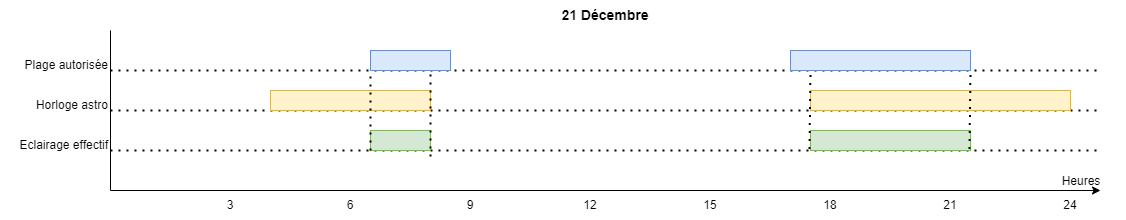
This is res/eclairage_public-21-dec.drawio.png from sosandroid/EclairagePublic, a draw.io export, as it was before one commit. Source tidied: cells renumbered, new cells last; positions are measured from the earlier drawing's top-left corner, leaving out a move shared by most shapes. The source it was exported from:
```xml
<mxGraphModel>
  <root>
    <mxCell id="0" />
    <mxCell id="1" parent="0" />
    <mxCell id="2" style="endArrow=none;html=1;rounded=0;" parent="1" edge="1">
      <mxGeometry relative="1" as="geometry">
        <mxPoint x="110" y="190" as="sourcePoint" />
        <mxPoint x="110" y="30" as="targetPoint" />
      </mxGeometry>
    </mxCell>
    <mxCell id="3" style="endArrow=classic;html=1;rounded=0;endFill=1;" parent="1" edge="1">
      <mxGeometry relative="1" as="geometry">
        <mxPoint x="110" y="190" as="sourcePoint" />
        <mxPoint x="1100" y="190" as="targetPoint" />
      </mxGeometry>
    </mxCell>
    <mxCell id="4" value="3" style="text;html=1;align=center;verticalAlign=middle;whiteSpace=wrap;rounded=0;" parent="1" vertex="1">
      <mxGeometry x="220" y="190" width="20" height="30" as="geometry" />
    </mxCell>
    <mxCell id="5" value="6" style="text;html=1;align=center;verticalAlign=middle;whiteSpace=wrap;rounded=0;" parent="1" vertex="1">
      <mxGeometry x="340" y="190" width="20" height="30" as="geometry" />
    </mxCell>
    <mxCell id="6" value="9" style="text;html=1;align=center;verticalAlign=middle;whiteSpace=wrap;rounded=0;" parent="1" vertex="1">
      <mxGeometry x="460" y="190" width="20" height="30" as="geometry" />
    </mxCell>
    <mxCell id="7" value="12" style="text;html=1;align=center;verticalAlign=middle;whiteSpace=wrap;rounded=0;" parent="1" vertex="1">
      <mxGeometry x="580" y="190" width="20" height="30" as="geometry" />
    </mxCell>
    <mxCell id="8" value="15" style="text;html=1;align=center;verticalAlign=middle;whiteSpace=wrap;rounded=0;" parent="1" vertex="1">
      <mxGeometry x="700" y="190" width="20" height="30" as="geometry" />
    </mxCell>
    <mxCell id="9" value="18" style="text;html=1;align=center;verticalAlign=middle;whiteSpace=wrap;rounded=0;" parent="1" vertex="1">
      <mxGeometry x="820" y="190" width="20" height="30" as="geometry" />
    </mxCell>
    <mxCell id="10" value="21" style="text;html=1;align=center;verticalAlign=middle;whiteSpace=wrap;rounded=0;" parent="1" vertex="1">
      <mxGeometry x="940" y="190" width="20" height="30" as="geometry" />
    </mxCell>
    <mxCell id="11" value="24" style="text;html=1;align=center;verticalAlign=middle;whiteSpace=wrap;rounded=0;" parent="1" vertex="1">
      <mxGeometry x="1060" y="190" width="20" height="30" as="geometry" />
    </mxCell>
    <mxCell id="12" style="endArrow=none;dashed=1;html=1;dashPattern=1 3;strokeWidth=2;rounded=0;" parent="1" edge="1">
      <mxGeometry relative="1" as="geometry">
        <mxPoint x="110" y="70" as="sourcePoint" />
        <mxPoint x="1100" y="70" as="targetPoint" />
      </mxGeometry>
    </mxCell>
    <mxCell id="13" style="endArrow=none;dashed=1;html=1;dashPattern=1 3;strokeWidth=2;rounded=0;" parent="1" edge="1">
      <mxGeometry relative="1" as="geometry">
        <mxPoint x="110" y="110" as="sourcePoint" />
        <mxPoint x="1100" y="110" as="targetPoint" />
      </mxGeometry>
    </mxCell>
    <mxCell id="14" style="endArrow=none;dashed=1;html=1;dashPattern=1 3;strokeWidth=2;rounded=0;" parent="1" edge="1">
      <mxGeometry relative="1" as="geometry">
        <mxPoint x="110" y="150" as="sourcePoint" />
        <mxPoint x="1100" y="150" as="targetPoint" />
      </mxGeometry>
    </mxCell>
    <mxCell id="15" style="rounded=0;whiteSpace=wrap;html=1;fillColor=#dae8fc;strokeColor=#6c8ebf;" parent="1" vertex="1">
      <mxGeometry x="370" y="50" width="80" height="20" as="geometry" />
    </mxCell>
    <mxCell id="16" style="rounded=0;whiteSpace=wrap;html=1;fillColor=#dae8fc;strokeColor=#6c8ebf;" parent="1" vertex="1">
      <mxGeometry x="790" y="50" width="180" height="20" as="geometry" />
    </mxCell>
    <mxCell id="17" style="rounded=0;whiteSpace=wrap;html=1;fillColor=#fff2cc;strokeColor=#d6b656;" parent="1" vertex="1">
      <mxGeometry x="270" y="90" width="160" height="20" as="geometry" />
    </mxCell>
    <mxCell id="18" style="rounded=0;whiteSpace=wrap;html=1;fillColor=#fff2cc;strokeColor=#d6b656;" parent="1" vertex="1">
      <mxGeometry x="810" y="90" width="260" height="20" as="geometry" />
    </mxCell>
    <mxCell id="19" style="rounded=0;whiteSpace=wrap;html=1;fillColor=#d5e8d4;strokeColor=#82b366;" parent="1" vertex="1">
      <mxGeometry x="370" y="130" width="60" height="20" as="geometry" />
    </mxCell>
    <mxCell id="20" style="rounded=0;whiteSpace=wrap;html=1;fillColor=#d5e8d4;strokeColor=#82b366;" parent="1" vertex="1">
      <mxGeometry x="810" y="130" width="160" height="20" as="geometry" />
    </mxCell>
    <mxCell id="21" value="Plage autorisée" style="text;html=1;align=right;verticalAlign=middle;whiteSpace=wrap;rounded=0;" parent="1" vertex="1">
      <mxGeometry x="20" y="50" width="90" height="30" as="geometry" />
    </mxCell>
    <mxCell id="22" value="Heures" style="text;html=1;align=center;verticalAlign=middle;whiteSpace=wrap;rounded=0;" parent="1" vertex="1">
      <mxGeometry x="1036" y="166" width="90" height="30" as="geometry" />
    </mxCell>
    <mxCell id="23" value="Horloge astro" style="text;html=1;align=right;verticalAlign=middle;whiteSpace=wrap;rounded=0;" parent="1" vertex="1">
      <mxGeometry x="20" y="90" width="90" height="30" as="geometry" />
    </mxCell>
    <mxCell id="24" value="Eclairage effectif" style="text;html=1;align=right;verticalAlign=middle;whiteSpace=wrap;rounded=0;" parent="1" vertex="1">
      <mxGeometry y="130" width="110" height="30" as="geometry" />
    </mxCell>
    <mxCell id="25" style="endArrow=none;dashed=1;html=1;dashPattern=1 3;strokeWidth=2;rounded=0;" parent="1" edge="1">
      <mxGeometry relative="1" as="geometry">
        <mxPoint x="370" y="150" as="sourcePoint" />
        <mxPoint x="370" y="70" as="targetPoint" />
      </mxGeometry>
    </mxCell>
    <mxCell id="26" style="endArrow=none;dashed=1;html=1;dashPattern=1 3;strokeWidth=2;rounded=0;" parent="1" edge="1">
      <mxGeometry relative="1" as="geometry">
        <mxPoint x="430" y="156" as="sourcePoint" />
        <mxPoint x="430" y="69" as="targetPoint" />
      </mxGeometry>
    </mxCell>
    <mxCell id="27" style="endArrow=none;dashed=1;html=1;dashPattern=1 3;strokeWidth=2;rounded=0;" parent="1" edge="1">
      <mxGeometry relative="1" as="geometry">
        <mxPoint x="809" y="148.5" as="sourcePoint" />
        <mxPoint x="810" y="70" as="targetPoint" />
      </mxGeometry>
    </mxCell>
    <mxCell id="28" style="endArrow=none;dashed=1;html=1;dashPattern=1 3;strokeWidth=2;rounded=0;" parent="1" edge="1">
      <mxGeometry relative="1" as="geometry">
        <mxPoint x="969" y="148.5" as="sourcePoint" />
        <mxPoint x="970" y="70" as="targetPoint" />
      </mxGeometry>
    </mxCell>
    <mxCell id="29" value="21 Décembre" style="text;html=1;align=center;verticalAlign=middle;whiteSpace=wrap;rounded=0;fontStyle=1;fontSize=14;" parent="1" vertex="1">
      <mxGeometry x="110" width="990" height="30" as="geometry" />
    </mxCell>
  </root>
</mxGraphModel>
```
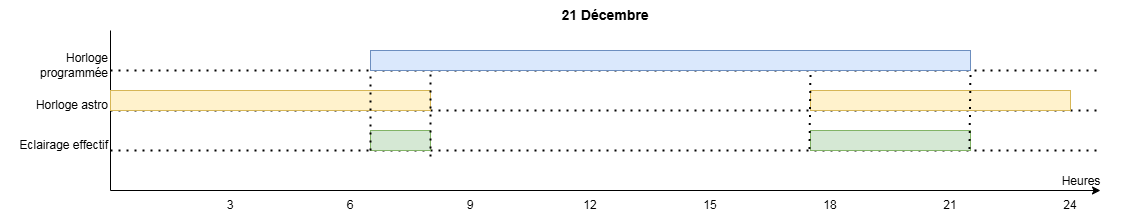
Later version of the same file.

The edit, as a diff of the source:
```diff
@@ -56,14 +56,11 @@
         <mxPoint x="1100" y="150" as="targetPoint" />
       </mxGeometry>
     </mxCell>
-    <mxCell id="15" style="rounded=0;whiteSpace=wrap;html=1;fillColor=#dae8fc;strokeColor=#6c8ebf;" parent="1" vertex="1">
-      <mxGeometry x="370" y="50" width="80" height="20" as="geometry" />
-    </mxCell>
     <mxCell id="16" style="rounded=0;whiteSpace=wrap;html=1;fillColor=#dae8fc;strokeColor=#6c8ebf;" parent="1" vertex="1">
-      <mxGeometry x="790" y="50" width="180" height="20" as="geometry" />
+      <mxGeometry x="370" y="50" width="600" height="20" as="geometry" />
     </mxCell>
     <mxCell id="17" style="rounded=0;whiteSpace=wrap;html=1;fillColor=#fff2cc;strokeColor=#d6b656;" parent="1" vertex="1">
-      <mxGeometry x="270" y="90" width="160" height="20" as="geometry" />
+      <mxGeometry x="110" y="90" width="320" height="20" as="geometry" />
     </mxCell>
     <mxCell id="18" style="rounded=0;whiteSpace=wrap;html=1;fillColor=#fff2cc;strokeColor=#d6b656;" parent="1" vertex="1">
       <mxGeometry x="810" y="90" width="260" height="20" as="geometry" />
@@ -74,7 +71,7 @@
     <mxCell id="20" style="rounded=0;whiteSpace=wrap;html=1;fillColor=#d5e8d4;strokeColor=#82b366;" parent="1" vertex="1">
       <mxGeometry x="810" y="130" width="160" height="20" as="geometry" />
     </mxCell>
-    <mxCell id="21" value="Plage autorisée" style="text;html=1;align=right;verticalAlign=middle;whiteSpace=wrap;rounded=0;" parent="1" vertex="1">
+    <mxCell id="21" value="Horloge programmée" style="text;html=1;align=right;verticalAlign=middle;whiteSpace=wrap;rounded=0;" parent="1" vertex="1">
       <mxGeometry x="20" y="50" width="90" height="30" as="geometry" />
     </mxCell>
     <mxCell id="22" value="Heures" style="text;html=1;align=center;verticalAlign=middle;whiteSpace=wrap;rounded=0;" parent="1" vertex="1">
```
